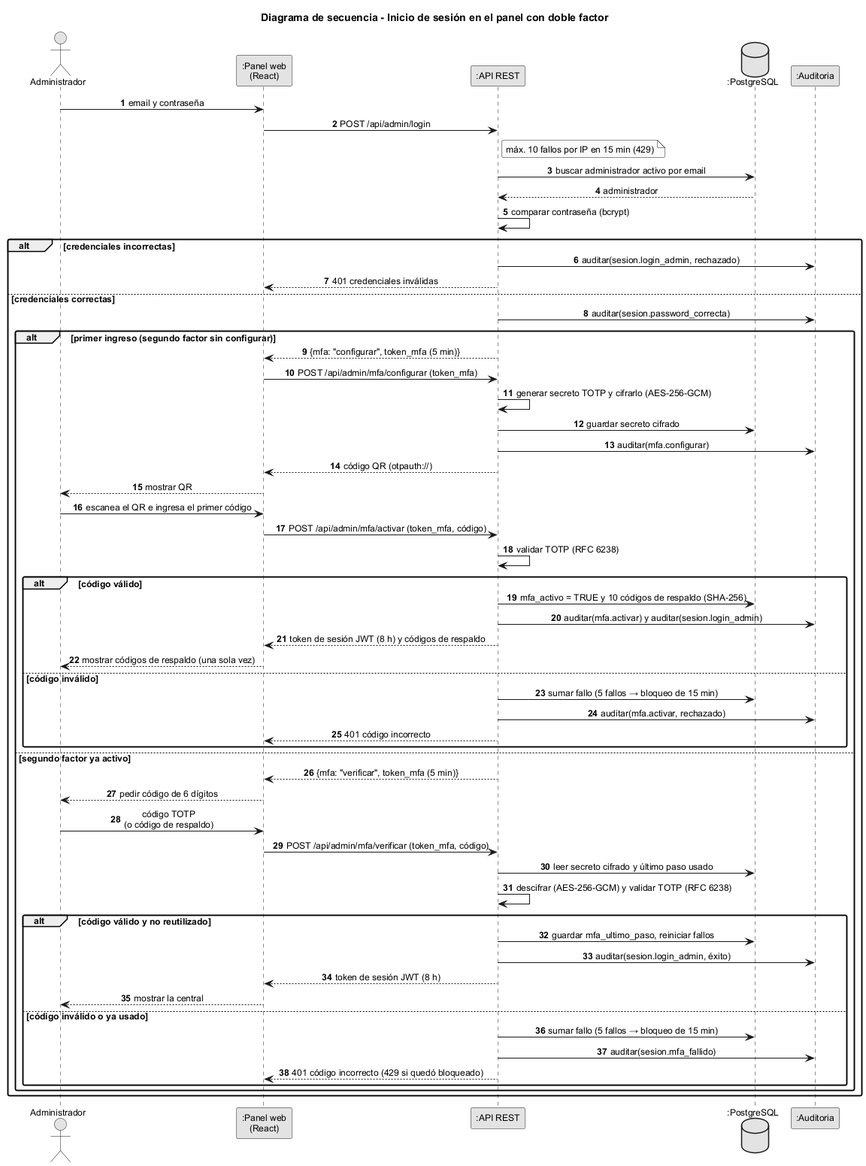
BenjexDtz/pulpos-taxis keeps this PlantUML diagram as diseno/uml/sec03_login_doble_factor.png. Above is the earlier version. Its diagram source:
```plantuml
@startuml sec03_login_doble_factor
!include estilo.iuml
title Diagrama de secuencia - Inicio de sesión en el panel con doble factor
autonumber

actor Administrador
participant ":Panel web\n(React)" as WEB
participant ":API REST" as API
database ":PostgreSQL" as PG
participant ":Auditoria" as AUD

Administrador -> WEB : email y contraseña
WEB -> API : POST /api/admin/login
note right of API : máx. 10 fallos por IP en 15 min (429)
API -> PG : buscar administrador activo por email
PG --> API : administrador
API -> API : comparar contraseña (bcrypt)
alt credenciales incorrectas
  API -> AUD : auditar(sesion.login_admin, rechazado)
  API --> WEB : 401 credenciales inválidas
else credenciales correctas
  API -> AUD : auditar(sesion.password_correcta)
  alt primer ingreso (segundo factor sin configurar)
    API --> WEB : {mfa: "configurar", token_mfa (5 min)}
    WEB -> API : POST /api/admin/mfa/configurar (token_mfa)
    API -> API : generar secreto TOTP y cifrarlo (AES-256-GCM)
    API -> PG : guardar secreto cifrado
    API -> AUD : auditar(mfa.configurar)
    API --> WEB : código QR (otpauth://)
    WEB --> Administrador : mostrar QR
    Administrador -> WEB : escanea el QR e ingresa el primer código
    WEB -> API : POST /api/admin/mfa/activar (token_mfa, código)
    API -> API : validar TOTP (RFC 6238)
    alt código válido
      API -> PG : mfa_activo = TRUE y 10 códigos de respaldo (SHA-256)
      API -> AUD : auditar(mfa.activar) y auditar(sesion.login_admin)
      API --> WEB : token de sesión JWT (8 h) y códigos de respaldo
      WEB --> Administrador : mostrar códigos de respaldo (una sola vez)
    else código inválido
      API -> PG : sumar fallo (5 fallos → bloqueo de 15 min)
      API -> AUD : auditar(mfa.activar, rechazado)
      API --> WEB : 401 código incorrecto
    end
  else segundo factor ya activo
    API --> WEB : {mfa: "verificar", token_mfa (5 min)}
    WEB --> Administrador : pedir código de 6 dígitos
    Administrador -> WEB : código TOTP\n(o código de respaldo)
    WEB -> API : POST /api/admin/mfa/verificar (token_mfa, código)
    API -> PG : leer secreto cifrado y último paso usado
    API -> API : descifrar (AES-256-GCM) y validar TOTP (RFC 6238)
    alt código válido y no reutilizado
      API -> PG : guardar mfa_ultimo_paso, reiniciar fallos
      API -> AUD : auditar(sesion.login_admin, éxito)
      API --> WEB : token de sesión JWT (8 h)
      WEB --> Administrador : mostrar la central
    else código inválido o ya usado
      API -> PG : sumar fallo (5 fallos → bloqueo de 15 min)
      API -> AUD : auditar(sesion.mfa_fallido)
      API --> WEB : 401 código incorrecto (429 si quedó bloqueado)
    end
  end
end
@enduml
```
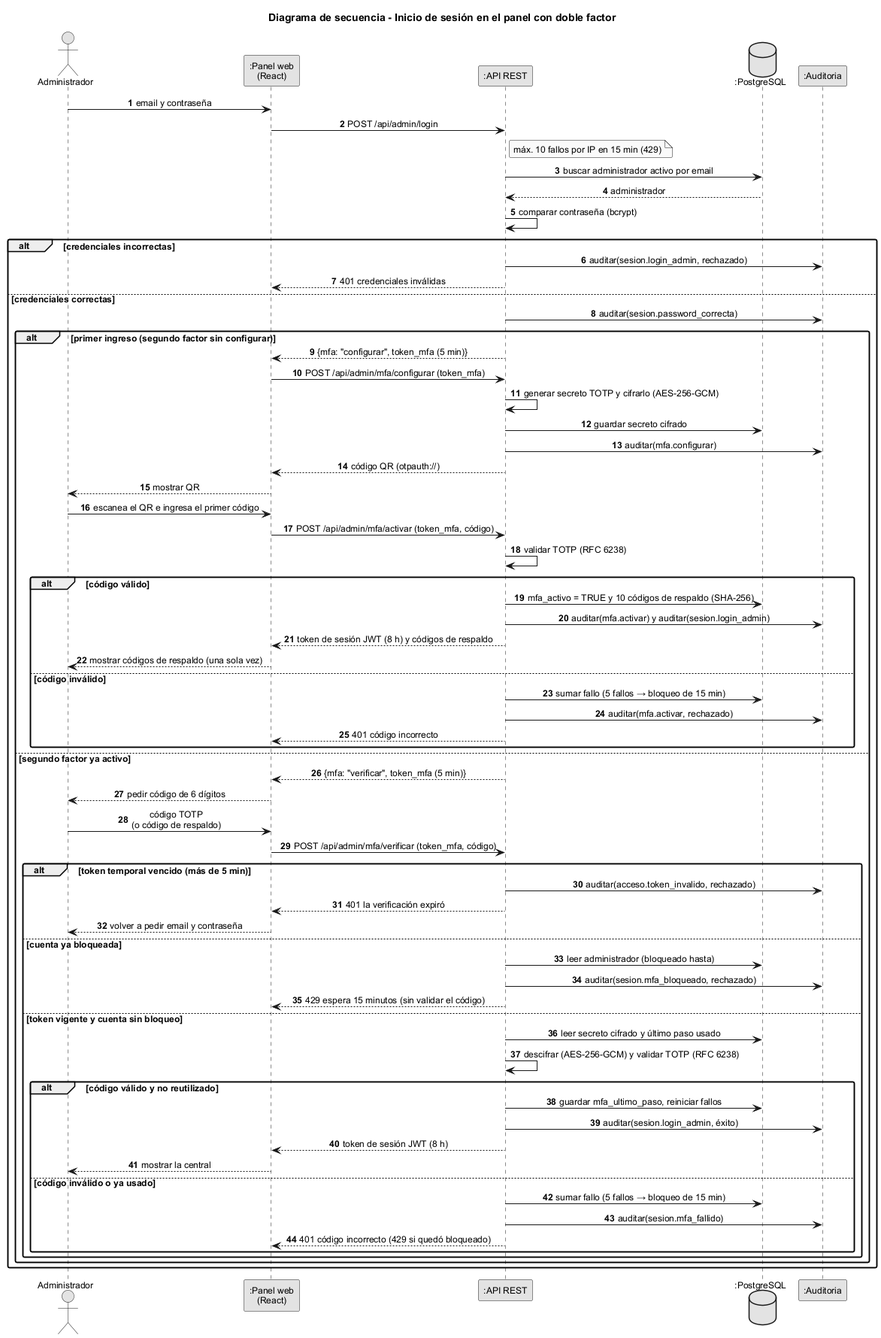
After the commit.

Commit message:
Corregir los diagramas de casos de uso, clases y secuencia según el código

Change to the diagram source:
```diff
@@ -46,17 +46,27 @@
     WEB --> Administrador : pedir código de 6 dígitos
     Administrador -> WEB : código TOTP\n(o código de respaldo)
     WEB -> API : POST /api/admin/mfa/verificar (token_mfa, código)
-    API -> PG : leer secreto cifrado y último paso usado
-    API -> API : descifrar (AES-256-GCM) y validar TOTP (RFC 6238)
-    alt código válido y no reutilizado
-      API -> PG : guardar mfa_ultimo_paso, reiniciar fallos
-      API -> AUD : auditar(sesion.login_admin, éxito)
-      API --> WEB : token de sesión JWT (8 h)
-      WEB --> Administrador : mostrar la central
-    else código inválido o ya usado
-      API -> PG : sumar fallo (5 fallos → bloqueo de 15 min)
-      API -> AUD : auditar(sesion.mfa_fallido)
-      API --> WEB : 401 código incorrecto (429 si quedó bloqueado)
+    alt token temporal vencido (más de 5 min)
+      API -> AUD : auditar(acceso.token_invalido, rechazado)
+      API --> WEB : 401 la verificación expiró
+      WEB --> Administrador : volver a pedir email y contraseña
+    else cuenta ya bloqueada
+      API -> PG : leer administrador (bloqueado hasta)
+      API -> AUD : auditar(sesion.mfa_bloqueado, rechazado)
+      API --> WEB : 429 espera 15 minutos (sin validar el código)
+    else token vigente y cuenta sin bloqueo
+      API -> PG : leer secreto cifrado y último paso usado
+      API -> API : descifrar (AES-256-GCM) y validar TOTP (RFC 6238)
+      alt código válido y no reutilizado
+        API -> PG : guardar mfa_ultimo_paso, reiniciar fallos
+        API -> AUD : auditar(sesion.login_admin, éxito)
+        API --> WEB : token de sesión JWT (8 h)
+        WEB --> Administrador : mostrar la central
+      else código inválido o ya usado
+        API -> PG : sumar fallo (5 fallos → bloqueo de 15 min)
+        API -> AUD : auditar(sesion.mfa_fallido)
+        API --> WEB : 401 código incorrecto (429 si quedó bloqueado)
+      end
     end
   end
 end
```
